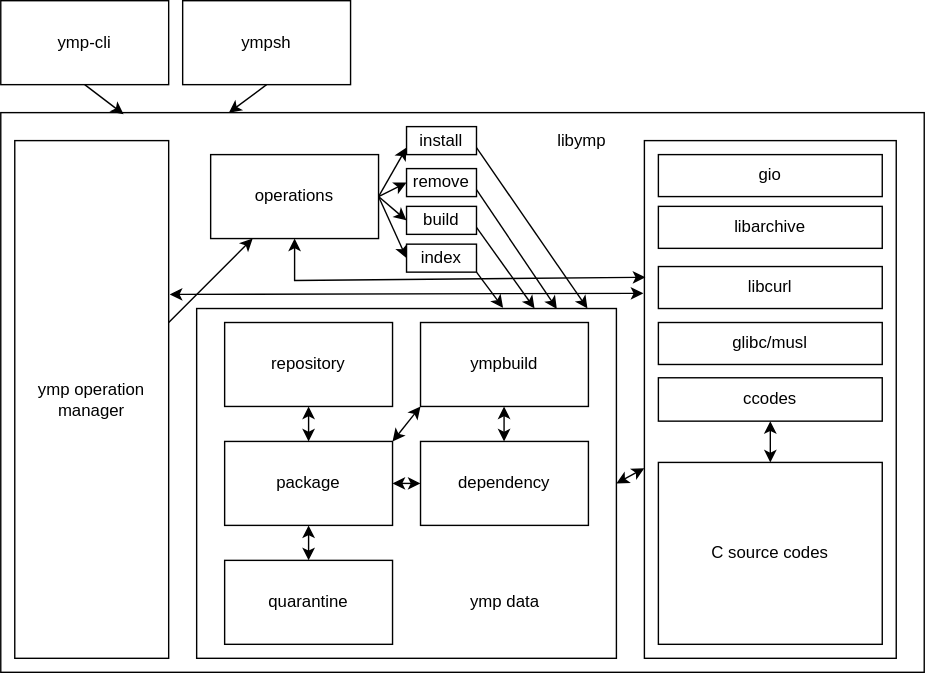
This is src/ymp-work-schema.svg from turkman-linux/ymp, a draw.io export, as it was before one commit. Source tidied: cells renumbered, new cells last; positions are measured from the earlier drawing's top-left corner, leaving out a move shared by most shapes.
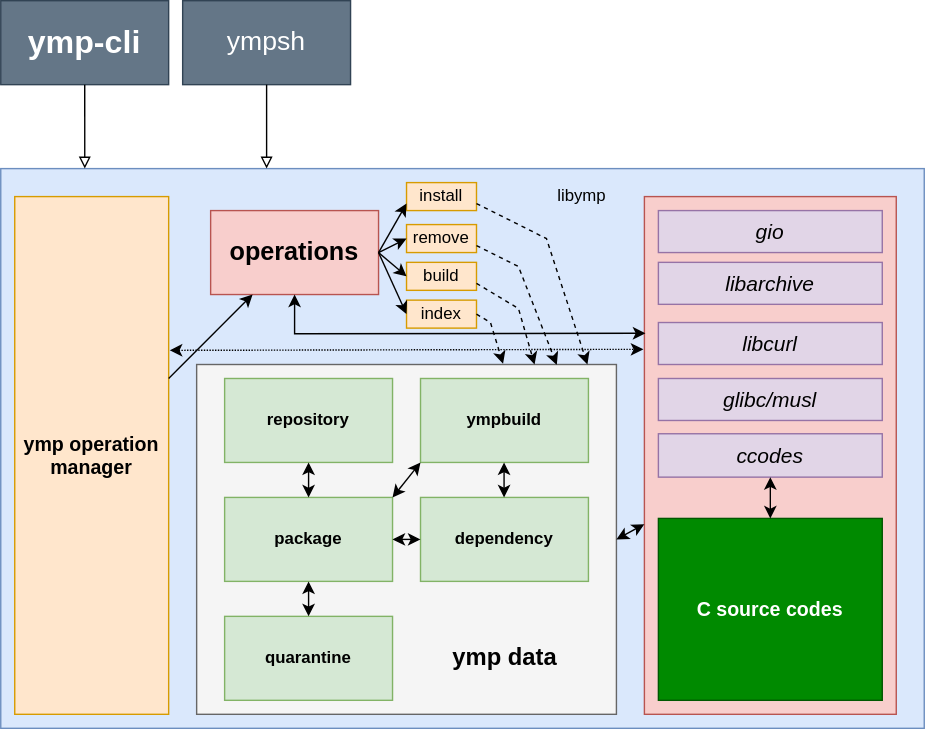
Above is the later version.

Commit message:
updated ymp-work-schema, updated README.md(just added a menu for go to documents)

Change to the diagram source:
```diff
@@ -2,34 +2,34 @@
   <root>
     <mxCell id="0" />
     <mxCell id="1" parent="0" />
-    <mxCell id="2" value="&lt;div&gt;ymp-cli&lt;/div&gt;" style="rounded=0;whiteSpace=wrap;html=1;" parent="1" vertex="1">
-      <mxGeometry width="120" height="60" as="geometry" />
+    <mxCell id="2" value="&lt;div&gt;&lt;b&gt;&lt;font style=&quot;font-size: 13px;&quot;&gt;&lt;font style=&quot;font-size: 14px;&quot;&gt;&lt;font style=&quot;font-size: 15px;&quot;&gt;&lt;font style=&quot;font-size: 16px;&quot;&gt;&lt;font style=&quot;font-size: 17px;&quot;&gt;&lt;font style=&quot;font-size: 18px;&quot;&gt;&lt;font style=&quot;font-size: 19px;&quot;&gt;&lt;font style=&quot;font-size: 20px;&quot;&gt;&lt;font style=&quot;font-size: 21px;&quot;&gt;&lt;font style=&quot;font-size: 22px;&quot;&gt;&lt;font style=&quot;font-size: 23px;&quot;&gt;ymp-cli&lt;/font&gt;&lt;/font&gt;&lt;/font&gt;&lt;/font&gt;&lt;/font&gt;&lt;/font&gt;&lt;/font&gt;&lt;/font&gt;&lt;/font&gt;&lt;/font&gt;&lt;/font&gt;&lt;/b&gt;&lt;/div&gt;" style="rounded=0;whiteSpace=wrap;html=1;fillColor=#647687;fontColor=#ffffff;strokeColor=#314354;" parent="1" vertex="1">
+      <mxGeometry y="-40" width="120" height="60" as="geometry" />
     </mxCell>
-    <mxCell id="3" style="rounded=0;whiteSpace=wrap;html=1;" parent="1" vertex="1">
+    <mxCell id="3" style="rounded=0;whiteSpace=wrap;html=1;fillColor=#dae8fc;strokeColor=#6c8ebf;" parent="1" vertex="1">
       <mxGeometry y="80" width="660" height="400" as="geometry" />
     </mxCell>
-    <mxCell id="4" value="&lt;div&gt;operations&lt;/div&gt;" style="rounded=0;whiteSpace=wrap;html=1;" parent="1" vertex="1">
+    <mxCell id="4" value="&lt;div style=&quot;font-size: 15px;&quot;&gt;&lt;font style=&quot;font-size: 15px;&quot;&gt;&lt;font style=&quot;font-size: 15px;&quot;&gt;&lt;b&gt;&lt;font style=&quot;font-size: 16px;&quot;&gt;&lt;font style=&quot;font-size: 17px;&quot;&gt;&lt;font style=&quot;font-size: 18px;&quot;&gt;operations&lt;/font&gt;&lt;/font&gt;&lt;/font&gt;&lt;/b&gt;&lt;/font&gt;&lt;/font&gt;&lt;/div&gt;" style="rounded=0;whiteSpace=wrap;html=1;fillColor=#f8cecc;strokeColor=#b85450;" parent="1" vertex="1">
       <mxGeometry x="150" y="110" width="120" height="60" as="geometry" />
     </mxCell>
-    <mxCell id="5" style="endArrow=classic;html=1;rounded=0;exitX=0.5;exitY=1;exitDx=0;exitDy=0;entryX=0.133;entryY=0.003;entryDx=0;entryDy=0;entryPerimeter=0;" parent="1" edge="1" source="2" target="3">
+    <mxCell id="5" style="endArrow=block;html=1;rounded=0;exitX=0.5;exitY=1;exitDx=0;exitDy=0;entryX=0.091;entryY=0;entryDx=0;entryDy=0;entryPerimeter=0;endFill=0;" parent="1" edge="1" source="2" target="3">
       <mxGeometry relative="1" as="geometry" />
     </mxCell>
-    <mxCell id="6" value="ymp operation manager" style="rounded=0;whiteSpace=wrap;html=1;" parent="1" vertex="1">
+    <mxCell id="6" value="&lt;font style=&quot;font-size: 13px;&quot;&gt;&lt;font style=&quot;font-size: 14px;&quot;&gt;&lt;b&gt;ymp operation manager&lt;/b&gt;&lt;/font&gt;&lt;/font&gt;" style="rounded=0;whiteSpace=wrap;html=1;fillColor=#ffe6cc;strokeColor=#d79b00;" parent="1" vertex="1">
       <mxGeometry x="10" y="100" width="110" height="370" as="geometry" />
     </mxCell>
     <mxCell id="7" style="endArrow=classic;html=1;rounded=0;" parent="1" edge="1" source="6" target="4">
       <mxGeometry relative="1" as="geometry" />
     </mxCell>
-    <mxCell id="8" value="install" style="rounded=0;whiteSpace=wrap;html=1;" parent="1" vertex="1">
+    <mxCell id="8" value="install" style="rounded=0;whiteSpace=wrap;html=1;fillColor=#ffe6cc;strokeColor=#d79b00;" parent="1" vertex="1">
       <mxGeometry x="290" y="90" width="50" height="20" as="geometry" />
     </mxCell>
-    <mxCell id="9" value="remove" style="rounded=0;whiteSpace=wrap;html=1;" parent="1" vertex="1">
+    <mxCell id="9" value="remove" style="rounded=0;whiteSpace=wrap;html=1;fillColor=#ffe6cc;strokeColor=#d79b00;" parent="1" vertex="1">
       <mxGeometry x="290" y="120" width="50" height="20" as="geometry" />
     </mxCell>
-    <mxCell id="10" value="&lt;div&gt;build&lt;/div&gt;" style="rounded=0;whiteSpace=wrap;html=1;" parent="1" vertex="1">
+    <mxCell id="10" value="&lt;div&gt;build&lt;/div&gt;" style="rounded=0;whiteSpace=wrap;html=1;fillColor=#ffe6cc;strokeColor=#d79b00;" parent="1" vertex="1">
       <mxGeometry x="290" y="147" width="50" height="20" as="geometry" />
     </mxCell>
-    <mxCell id="11" value="index" style="rounded=0;whiteSpace=wrap;html=1;" parent="1" vertex="1">
+    <mxCell id="11" value="index" style="rounded=0;whiteSpace=wrap;html=1;fillColor=#ffe6cc;strokeColor=#d79b00;" parent="1" vertex="1">
       <mxGeometry x="290" y="174" width="50" height="20" as="geometry" />
     </mxCell>
     <mxCell id="12" style="endArrow=classic;html=1;rounded=0;exitX=1;exitY=0.5;exitDx=0;exitDy=0;entryX=0;entryY=0.75;entryDx=0;entryDy=0;" parent="1" edge="1" source="4" target="8">
@@ -46,40 +46,56 @@
         <mxPoint x="270" y="140" as="sourcePoint" />
       </mxGeometry>
     </mxCell>
-    <mxCell id="16" style="rounded=0;whiteSpace=wrap;html=1;" parent="1" vertex="1">
+    <mxCell id="16" style="rounded=0;whiteSpace=wrap;html=1;fillColor=#f5f5f5;fontColor=#333333;strokeColor=#666666;" parent="1" vertex="1">
       <mxGeometry x="140" y="220" width="300" height="250" as="geometry" />
     </mxCell>
-    <mxCell id="17" value="repository" style="rounded=0;whiteSpace=wrap;html=1;" parent="1" vertex="1">
+    <mxCell id="17" value="repository" style="rounded=0;whiteSpace=wrap;html=1;fontStyle=1;fillColor=#d5e8d4;strokeColor=#82b366;" parent="1" vertex="1">
       <mxGeometry x="160" y="230" width="120" height="60" as="geometry" />
     </mxCell>
-    <mxCell id="18" value="package" style="rounded=0;whiteSpace=wrap;html=1;" parent="1" vertex="1">
+    <mxCell id="18" value="package" style="rounded=0;whiteSpace=wrap;html=1;fontStyle=1;fillColor=#d5e8d4;strokeColor=#82b366;" parent="1" vertex="1">
       <mxGeometry x="160" y="315" width="120" height="60" as="geometry" />
     </mxCell>
     <mxCell id="19" style="endArrow=classic;startArrow=classic;html=1;rounded=0;exitX=0.5;exitY=1;exitDx=0;exitDy=0;entryX=0.5;entryY=0;entryDx=0;entryDy=0;" parent="1" edge="1" source="17" target="18">
       <mxGeometry relative="1" as="geometry" />
     </mxCell>
-    <mxCell id="20" value="quarantine" style="rounded=0;whiteSpace=wrap;html=1;" parent="1" vertex="1">
+    <mxCell id="20" value="quarantine" style="rounded=0;whiteSpace=wrap;html=1;fontStyle=1;fillColor=#d5e8d4;strokeColor=#82b366;" parent="1" vertex="1">
       <mxGeometry x="160" y="400" width="120" height="60" as="geometry" />
     </mxCell>
     <mxCell id="21" style="endArrow=classic;startArrow=classic;html=1;rounded=0;exitX=0.5;exitY=1;exitDx=0;exitDy=0;" parent="1" edge="1" source="18" target="20">
       <mxGeometry relative="1" as="geometry" />
     </mxCell>
-    <mxCell id="22" style="endArrow=classic;html=1;rounded=0;exitX=1;exitY=1;exitDx=0;exitDy=0;entryX=0.73;entryY=-0.002;entryDx=0;entryDy=0;entryPerimeter=0;" parent="1" edge="1" source="11" target="16">
-      <mxGeometry relative="1" as="geometry" />
+    <mxCell id="22" style="endArrow=classic;html=1;rounded=0;exitX=1;exitY=0.5;exitDx=0;exitDy=0;entryX=0.73;entryY=-0.002;entryDx=0;entryDy=0;entryPerimeter=0;dashed=1;" parent="1" edge="1" source="11" target="16">
+      <mxGeometry relative="1" as="geometry">
+        <Array as="points">
+          <mxPoint x="350" y="190" />
+        </Array>
+      </mxGeometry>
     </mxCell>
-    <mxCell id="23" style="endArrow=classic;html=1;rounded=0;exitX=1;exitY=0.75;exitDx=0;exitDy=0;entryX=0.805;entryY=0;entryDx=0;entryDy=0;entryPerimeter=0;" parent="1" edge="1" source="10" target="16">
-      <mxGeometry relative="1" as="geometry" />
+    <mxCell id="23" style="endArrow=classic;html=1;rounded=0;exitX=1;exitY=0.75;exitDx=0;exitDy=0;entryX=0.805;entryY=0;entryDx=0;entryDy=0;entryPerimeter=0;dashed=1;" parent="1" edge="1" source="10" target="16">
+      <mxGeometry relative="1" as="geometry">
+        <Array as="points">
+          <mxPoint x="370" y="180" />
+        </Array>
+      </mxGeometry>
     </mxCell>
-    <mxCell id="24" style="endArrow=classic;html=1;rounded=0;exitX=1;exitY=0.75;exitDx=0;exitDy=0;entryX=0.858;entryY=0.001;entryDx=0;entryDy=0;entryPerimeter=0;" parent="1" edge="1" source="9" target="16">
-      <mxGeometry relative="1" as="geometry" />
+    <mxCell id="24" style="endArrow=classic;html=1;rounded=0;exitX=1;exitY=0.75;exitDx=0;exitDy=0;entryX=0.858;entryY=0.001;entryDx=0;entryDy=0;entryPerimeter=0;dashed=1;" parent="1" edge="1" source="9" target="16">
+      <mxGeometry relative="1" as="geometry">
+        <Array as="points">
+          <mxPoint x="370" y="150" />
+        </Array>
+      </mxGeometry>
     </mxCell>
-    <mxCell id="25" style="endArrow=classic;html=1;rounded=0;exitX=1;exitY=0.75;exitDx=0;exitDy=0;entryX=0.931;entryY=0;entryDx=0;entryDy=0;entryPerimeter=0;" parent="1" edge="1" source="8" target="16">
-      <mxGeometry relative="1" as="geometry" />
+    <mxCell id="25" style="endArrow=classic;html=1;rounded=0;exitX=1;exitY=0.75;exitDx=0;exitDy=0;entryX=0.931;entryY=0;entryDx=0;entryDy=0;entryPerimeter=0;dashed=1;" parent="1" edge="1" source="8" target="16">
+      <mxGeometry relative="1" as="geometry">
+        <Array as="points">
+          <mxPoint x="390" y="130" />
+        </Array>
+      </mxGeometry>
     </mxCell>
-    <mxCell id="26" value="ympbuild" style="rounded=0;whiteSpace=wrap;html=1;" parent="1" vertex="1">
+    <mxCell id="26" value="ympbuild" style="rounded=0;whiteSpace=wrap;html=1;fontStyle=1;fillColor=#d5e8d4;strokeColor=#82b366;" parent="1" vertex="1">
       <mxGeometry x="300" y="230" width="120" height="60" as="geometry" />
     </mxCell>
-    <mxCell id="27" value="dependency" style="rounded=0;whiteSpace=wrap;html=1;" parent="1" vertex="1">
+    <mxCell id="27" value="dependency" style="rounded=0;whiteSpace=wrap;html=1;fontStyle=1;fillColor=#d5e8d4;strokeColor=#82b366;" parent="1" vertex="1">
       <mxGeometry x="300" y="315" width="120" height="60" as="geometry" />
     </mxCell>
     <mxCell id="28" style="endArrow=classic;startArrow=classic;html=1;rounded=0;exitX=1;exitY=0.5;exitDx=0;exitDy=0;" parent="1" edge="1" source="18" target="27">
@@ -94,19 +110,19 @@
     <mxCell id="30" style="endArrow=classic;startArrow=classic;html=1;rounded=0;exitX=1;exitY=0;exitDx=0;exitDy=0;entryX=0;entryY=1;entryDx=0;entryDy=0;" parent="1" edge="1" source="18" target="26">
       <mxGeometry relative="1" as="geometry" />
     </mxCell>
-    <mxCell id="31" style="rounded=0;whiteSpace=wrap;html=1;" parent="1" vertex="1">
+    <mxCell id="31" style="rounded=0;whiteSpace=wrap;html=1;fillColor=#f8cecc;strokeColor=#b85450;" parent="1" vertex="1">
       <mxGeometry x="460" y="100" width="180" height="370" as="geometry" />
     </mxCell>
-    <mxCell id="32" value="&lt;div&gt;ymp data&lt;/div&gt;" style="text;html=1;align=center;verticalAlign=middle;fillColor=none;strokeColor=none;rounded=0;" parent="1" vertex="1">
-      <mxGeometry x="320" y="415" width="80" height="30" as="geometry" />
+    <mxCell id="32" value="&lt;div&gt;&lt;b&gt;&lt;font style=&quot;font-size: 13px;&quot;&gt;&lt;font style=&quot;font-size: 14px;&quot;&gt;&lt;font style=&quot;font-size: 15px;&quot;&gt;&lt;font style=&quot;font-size: 16px;&quot;&gt;&lt;font style=&quot;font-size: 17px;&quot;&gt;ymp data&lt;/font&gt;&lt;/font&gt;&lt;/font&gt;&lt;/font&gt;&lt;/font&gt;&lt;/b&gt;&lt;/div&gt;" style="text;html=1;align=center;verticalAlign=middle;fillColor=none;strokeColor=none;rounded=0;" parent="1" vertex="1">
+      <mxGeometry x="310" y="415" width="100" height="30" as="geometry" />
     </mxCell>
-    <mxCell id="33" value="libinary" style="text;html=1;align=center;verticalAlign=middle;fillColor=none;strokeColor=none;rounded=0;" parent="1" vertex="1">
-      <mxGeometry x="385" y="85" width="60" height="30" as="geometry" />
+    <mxCell id="33" value="&lt;div&gt;libymp&lt;/div&gt;" style="text;html=1;align=center;verticalAlign=middle;fillColor=none;strokeColor=none;rounded=0;" parent="1" vertex="1">
+      <mxGeometry x="380" y="85" width="70" height="30" as="geometry" />
     </mxCell>
-    <mxCell id="34" value="C source codes" style="rounded=0;whiteSpace=wrap;html=1;" parent="1" vertex="1">
+    <mxCell id="34" value="&lt;font style=&quot;font-size: 13px;&quot;&gt;&lt;font style=&quot;font-size: 14px;&quot;&gt;&lt;b&gt;C source codes&lt;/b&gt;&lt;/font&gt;&lt;/font&gt;" style="rounded=0;whiteSpace=wrap;html=1;fillColor=#008a00;fontColor=#ffffff;strokeColor=#005700;" parent="1" vertex="1">
       <mxGeometry x="470" y="330" width="160" height="130" as="geometry" />
     </mxCell>
-    <mxCell id="35" value="ccodes" style="rounded=0;whiteSpace=wrap;html=1;" parent="1" vertex="1">
+    <mxCell id="35" value="ccodes" style="rounded=0;whiteSpace=wrap;html=1;fontSize=15;fontStyle=2;fillColor=#e1d5e7;strokeColor=#9673a6;" parent="1" vertex="1">
       <mxGeometry x="470" y="269.5" width="160" height="31" as="geometry" />
     </mxCell>
     <mxCell id="36" style="endArrow=classic;startArrow=classic;html=1;rounded=0;exitX=0.5;exitY=0;exitDx=0;exitDy=0;entryX=0.5;entryY=1;entryDx=0;entryDy=0;" parent="1" edge="1" source="34" target="35">
@@ -115,33 +131,35 @@
     <mxCell id="37" style="endArrow=classic;startArrow=classic;html=1;rounded=0;exitX=1;exitY=0.5;exitDx=0;exitDy=0;" parent="1" edge="1" source="16" target="31">
       <mxGeometry relative="1" as="geometry" />
     </mxCell>
-    <mxCell id="38" style="endArrow=classic;startArrow=classic;html=1;rounded=0;exitX=1.007;exitY=0.297;exitDx=0;exitDy=0;entryX=-0.004;entryY=0.295;entryDx=0;entryDy=0;entryPerimeter=0;exitPerimeter=0;" parent="1" edge="1" source="6" target="31">
+    <mxCell id="38" style="endArrow=classic;startArrow=classic;html=1;rounded=0;exitX=1.007;exitY=0.297;exitDx=0;exitDy=0;entryX=-0.004;entryY=0.295;entryDx=0;entryDy=0;entryPerimeter=0;exitPerimeter=0;dashed=1;dashPattern=1 1;" parent="1" edge="1" source="6" target="31">
       <mxGeometry relative="1" as="geometry" />
     </mxCell>
-    <mxCell id="39" style="endArrow=classic;startArrow=classic;html=1;rounded=0;exitX=0.5;exitY=1;exitDx=0;exitDy=0;entryX=0.004;entryY=0.264;entryDx=0;entryDy=0;entryPerimeter=0;" parent="1" edge="1" source="4" target="31">
+    <mxCell id="39" style="endArrow=classic;startArrow=classic;html=1;rounded=0;exitX=0.5;exitY=1;exitDx=0;exitDy=0;entryX=0.004;entryY=0.264;entryDx=0;entryDy=0;entryPerimeter=0;strokeWidth=1;" parent="1" edge="1" source="4" target="31">
       <mxGeometry relative="1" as="geometry">
         <Array as="points">
-          <mxPoint x="210" y="200" />
+          <mxPoint x="210" y="198" />
         </Array>
       </mxGeometry>
     </mxCell>
-    <mxCell id="40" value="gio" style="rounded=0;whiteSpace=wrap;html=1;" parent="1" vertex="1">
+    <mxCell id="40" value="gio" style="rounded=0;whiteSpace=wrap;html=1;fontSize=15;fontStyle=2;fillColor=#e1d5e7;strokeColor=#9673a6;" parent="1" vertex="1">
       <mxGeometry x="470" y="110" width="160" height="30" as="geometry" />
     </mxCell>
-    <mxCell id="41" value="libarchive" style="rounded=0;whiteSpace=wrap;html=1;" parent="1" vertex="1">
+    <mxCell id="41" value="libarchive" style="rounded=0;whiteSpace=wrap;html=1;fontSize=15;fontStyle=2;fillColor=#e1d5e7;strokeColor=#9673a6;" parent="1" vertex="1">
       <mxGeometry x="470" y="147" width="160" height="30" as="geometry" />
     </mxCell>
-    <mxCell id="42" value="libcurl" style="rounded=0;whiteSpace=wrap;html=1;" parent="1" vertex="1">
+    <mxCell id="42" value="libcurl" style="rounded=0;whiteSpace=wrap;html=1;fontSize=15;fontStyle=2;fillColor=#e1d5e7;strokeColor=#9673a6;" parent="1" vertex="1">
       <mxGeometry x="470" y="190" width="160" height="30" as="geometry" />
     </mxCell>
-    <mxCell id="43" value="glibc/musl" style="rounded=0;whiteSpace=wrap;html=1;" parent="1" vertex="1">
+    <mxCell id="43" value="glibc/musl" style="rounded=0;whiteSpace=wrap;html=1;fontSize=15;fontStyle=2;fillColor=#e1d5e7;strokeColor=#9673a6;" parent="1" vertex="1">
       <mxGeometry x="470" y="230" width="160" height="30" as="geometry" />
     </mxCell>
-    <mxCell id="44" value="ympsh" style="rounded=0;whiteSpace=wrap;html=1;" parent="1" vertex="1">
-      <mxGeometry x="130" width="120" height="60" as="geometry" />
+    <mxCell id="44" value="&lt;font style=&quot;font-size: 13px;&quot;&gt;&lt;font style=&quot;font-size: 14px;&quot;&gt;&lt;font style=&quot;font-size: 15px;&quot;&gt;&lt;font style=&quot;font-size: 16px;&quot;&gt;&lt;font style=&quot;font-size: 17px;&quot;&gt;&lt;font style=&quot;font-size: 18px;&quot;&gt;&lt;font style=&quot;font-size: 19px;&quot;&gt;ympsh&lt;/font&gt;&lt;/font&gt;&lt;/font&gt;&lt;/font&gt;&lt;/font&gt;&lt;/font&gt;&lt;/font&gt;" style="rounded=0;whiteSpace=wrap;html=1;fillColor=#647687;fontColor=#ffffff;strokeColor=#314354;" parent="1" vertex="1">
+      <mxGeometry x="130" y="-40" width="120" height="60" as="geometry" />
     </mxCell>
-    <mxCell id="45" style="endArrow=classic;html=1;rounded=0;exitX=0.5;exitY=1;exitDx=0;exitDy=0;entryX=0.247;entryY=0;entryDx=0;entryDy=0;entryPerimeter=0;" parent="1" edge="1" source="44" target="3">
-      <mxGeometry relative="1" as="geometry" />
+    <mxCell id="45" style="endArrow=block;html=1;rounded=0;exitX=0.5;exitY=1;exitDx=0;exitDy=0;endFill=0;" parent="1" edge="1" source="44">
+      <mxGeometry relative="1" as="geometry">
+        <mxPoint x="190" y="80" as="targetPoint" />
+      </mxGeometry>
     </mxCell>
   </root>
 </mxGraphModel>
```
